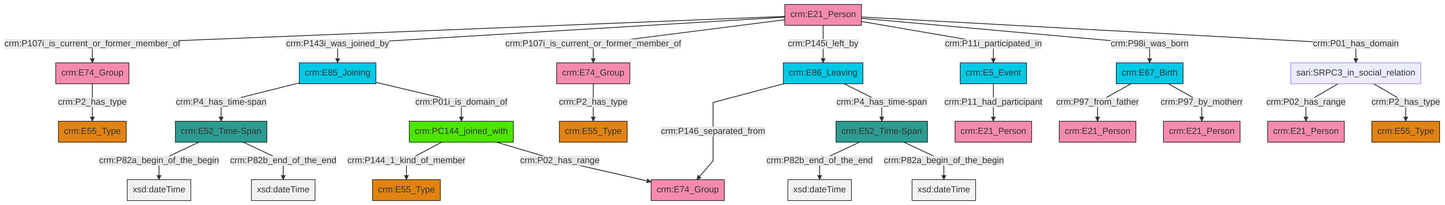
The Mermaid diagram et/personCSV/ttl/mmd/png/Person_Actor_Relations.png in swiss-art-research-net/reference-data-models, before a commit. Its source is kept beside it as et/personCSV/ttl/mmd/Person_Actor_Relations.ttl.mmd.
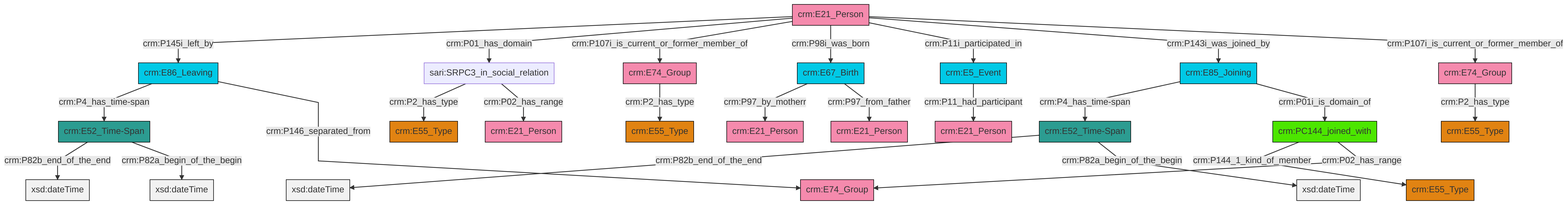
After the commit.

What changed in the source:
```diff
@@ -13,27 +13,27 @@
 classDef PC_Classes fill:#4ce600, stroke:#000000;
 classDef Multi fill:#cccccc,stroke:#000000;
 
-2["crm:E52_Time-Span"]:::Time-Span -->|crm:P82b_end_of_the_end| 3[xsd:dateTime]:::Literal
-0["crm:E67_Birth"]:::Temporal_Entity -->|crm:P97_from_father| 4["crm:E21_Person"]:::Actor
-5["crm:PC144_joined_with"]:::PC_Classes -->|crm:P144_1_kind_of_member| 6["crm:E55_Type"]:::Type
-5["crm:PC144_joined_with"]:::PC_Classes -->|crm:P02_has_range| 9["crm:E74_Group"]:::Actor
-0["crm:E67_Birth"]:::Temporal_Entity -->|crm:P97_by_motherr| 14["crm:E21_Person"]:::Actor
-17["crm:E74_Group"]:::Actor -->|crm:P2_has_type| 7["crm:E55_Type"]:::Type
-10["sari:SRPC3_in_social_relation"]:::Default -->|crm:P02_has_range| 19["crm:E21_Person"]:::Actor
-22["crm:E21_Person"]:::Actor -->|crm:P107i_is_current_or_former_member_of| 15["crm:E74_Group"]:::Actor
-22["crm:E21_Person"]:::Actor -->|crm:P143i_was_joined_by| 23["crm:E85_Joining"]:::Temporal_Entity
-22["crm:E21_Person"]:::Actor -->|crm:P107i_is_current_or_former_member_of| 17["crm:E74_Group"]:::Actor
-22["crm:E21_Person"]:::Actor -->|crm:P145i_left_by| 24["crm:E86_Leaving"]:::Temporal_Entity
-12["crm:E52_Time-Span"]:::Time-Span -->|crm:P82a_begin_of_the_begin| 29[xsd:dateTime]:::Literal
-24["crm:E86_Leaving"]:::Temporal_Entity -->|crm:P146_separated_from| 9["crm:E74_Group"]:::Actor
-22["crm:E21_Person"]:::Actor -->|crm:P11i_participated_in| 30["crm:E5_Event"]:::Temporal_Entity
-2["crm:E52_Time-Span"]:::Time-Span -->|crm:P82a_begin_of_the_begin| 32[xsd:dateTime]:::Literal
-22["crm:E21_Person"]:::Actor -->|crm:P98i_was_born| 0["crm:E67_Birth"]:::Temporal_Entity
-15["crm:E74_Group"]:::Actor -->|crm:P2_has_type| 33["crm:E55_Type"]:::Type
-22["crm:E21_Person"]:::Actor -->|crm:P01_has_domain| 10["sari:SRPC3_in_social_relation"]:::Default
-30["crm:E5_Event"]:::Temporal_Entity -->|crm:P11_had_participant| 36["crm:E21_Person"]:::Actor
-23["crm:E85_Joining"]:::Temporal_Entity -->|crm:P4_has_time-span| 12["crm:E52_Time-Span"]:::Time-Span
-24["crm:E86_Leaving"]:::Temporal_Entity -->|crm:P4_has_time-span| 2["crm:E52_Time-Span"]:::Time-Span
-12["crm:E52_Time-Span"]:::Time-Span -->|crm:P82b_end_of_the_end| 40[xsd:dateTime]:::Literal
-23["crm:E85_Joining"]:::Temporal_Entity -->|crm:P01i_is_domain_of| 5["crm:PC144_joined_with"]:::PC_Classes
-10["sari:SRPC3_in_social_relation"]:::Default -->|crm:P2_has_type| 44["crm:E55_Type"]:::Type
+0["crm:E21_Person"]:::Actor -->|crm:P145i_left_by| 1["crm:E86_Leaving"]:::Temporal_Entity
+0["crm:E21_Person"]:::Actor -->|crm:P01_has_domain| 4["sari:SRPC3_in_social_relation"]:::Default
+5["crm:E85_Joining"]:::Temporal_Entity -->|crm:P4_has_time-span| 6["crm:E52_Time-Span"]:::Time-Span
+7["crm:PC144_joined_with"]:::PC_Classes -->|crm:P144_1_kind_of_member| 8["crm:E55_Type"]:::Type
+9["crm:E52_Time-Span"]:::Time-Span -->|crm:P82b_end_of_the_end| 10[xsd:dateTime]:::Literal
+19["crm:E67_Birth"]:::Temporal_Entity -->|crm:P97_by_motherr| 20["crm:E21_Person"]:::Actor
+0["crm:E21_Person"]:::Actor -->|crm:P107i_is_current_or_former_member_of| 21["crm:E74_Group"]:::Actor
+6["crm:E52_Time-Span"]:::Time-Span -->|crm:P82b_end_of_the_end| 33[xsd:dateTime]:::Literal
+7["crm:PC144_joined_with"]:::PC_Classes -->|crm:P02_has_range| 2["crm:E74_Group"]:::Actor
+37["crm:E74_Group"]:::Actor -->|crm:P2_has_type| 14["crm:E55_Type"]:::Type
+1["crm:E86_Leaving"]:::Temporal_Entity -->|crm:P4_has_time-span| 9["crm:E52_Time-Span"]:::Time-Span
+5["crm:E85_Joining"]:::Temporal_Entity -->|crm:P01i_is_domain_of| 7["crm:PC144_joined_with"]:::PC_Classes
+4["sari:SRPC3_in_social_relation"]:::Default -->|crm:P2_has_type| 34["crm:E55_Type"]:::Type
+1["crm:E86_Leaving"]:::Temporal_Entity -->|crm:P146_separated_from| 2["crm:E74_Group"]:::Actor
+4["sari:SRPC3_in_social_relation"]:::Default -->|crm:P02_has_range| 31["crm:E21_Person"]:::Actor
+23["crm:E5_Event"]:::Temporal_Entity -->|crm:P11_had_participant| 12["crm:E21_Person"]:::Actor
+6["crm:E52_Time-Span"]:::Time-Span -->|crm:P82a_begin_of_the_begin| 41[xsd:dateTime]:::Literal
+0["crm:E21_Person"]:::Actor -->|crm:P98i_was_born| 19["crm:E67_Birth"]:::Temporal_Entity
+0["crm:E21_Person"]:::Actor -->|crm:P11i_participated_in| 23["crm:E5_Event"]:::Temporal_Entity
+21["crm:E74_Group"]:::Actor -->|crm:P2_has_type| 16["crm:E55_Type"]:::Type
+9["crm:E52_Time-Span"]:::Time-Span -->|crm:P82a_begin_of_the_begin| 45[xsd:dateTime]:::Literal
+19["crm:E67_Birth"]:::Temporal_Entity -->|crm:P97_from_father| 29["crm:E21_Person"]:::Actor
+0["crm:E21_Person"]:::Actor -->|crm:P143i_was_joined_by| 5["crm:E85_Joining"]:::Temporal_Entity
+0["crm:E21_Person"]:::Actor -->|crm:P107i_is_current_or_former_member_of| 37["crm:E74_Group"]:::Actor
```
